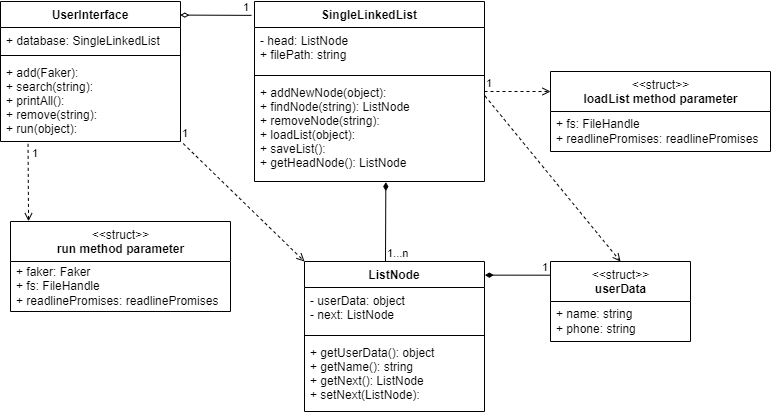
The draw.io diagram assets/step2.drawio.png in yongki150/object-oriented-phone-book, before a commit. Source tidied: cells renumbered, new cells last; positions are measured from the earlier drawing's top-left corner, leaving out a move shared by most shapes. The source it was exported from:
```xml
<mxGraphModel>
  <root>
    <mxCell id="0" />
    <mxCell id="1" parent="0" />
    <mxCell id="2" value="UserInterface" style="swimlane;fontStyle=1;align=center;verticalAlign=top;horizontal=1;startSize=26;" parent="1" vertex="1">
      <mxGeometry width="180" height="140" as="geometry" />
    </mxCell>
    <mxCell id="3" value="+ database: SingleLinkedList" style="text;strokeColor=none;fillColor=none;align=left;verticalAlign=top;spacingLeft=4;spacingRight=4;overflow=hidden;" parent="2" vertex="1">
      <mxGeometry y="26" width="180" height="24" as="geometry" />
    </mxCell>
    <mxCell id="4" style="line;strokeWidth=1;fillColor=none;align=left;verticalAlign=middle;spacingTop=-1;spacingLeft=3;spacingRight=3;labelPosition=right;strokeColor=inherit;" parent="2" vertex="1">
      <mxGeometry y="50" width="180" height="8" as="geometry" />
    </mxCell>
    <mxCell id="5" value="+ add(Faker):&#10;+ search(string):&#10;+ printAll():&#10;+ remove(string):&#10;+ run(object):" style="text;strokeColor=none;fillColor=none;align=left;verticalAlign=top;spacingLeft=4;spacingRight=4;overflow=hidden;points=[[0,0.5],[1,0.5]];portConstraint=eastwest;" parent="2" vertex="1">
      <mxGeometry y="58" width="180" height="82" as="geometry" />
    </mxCell>
    <mxCell id="6" value="SingleLinkedList" style="swimlane;fontStyle=1;align=center;verticalAlign=top;horizontal=1;startSize=26;" parent="1" vertex="1">
      <mxGeometry x="254" width="230" height="180" as="geometry" />
    </mxCell>
    <mxCell id="7" value="- head: ListNode&#10;+ filePath: string" style="text;strokeColor=none;fillColor=none;align=left;verticalAlign=top;spacingLeft=4;spacingRight=4;overflow=hidden;" parent="6" vertex="1">
      <mxGeometry y="26" width="230" height="44" as="geometry" />
    </mxCell>
    <mxCell id="8" style="line;strokeWidth=1;fillColor=none;align=left;verticalAlign=middle;spacingTop=-1;spacingLeft=3;spacingRight=3;labelPosition=right;strokeColor=inherit;" parent="6" vertex="1">
      <mxGeometry y="70" width="230" height="8" as="geometry" />
    </mxCell>
    <mxCell id="9" value="+ addNewNode(object): &#10;+ findNode(string): ListNode&#10;+ removeNode(string): &#10;+ loadList(object): &#10;+ saveList(): &#10;+ getHeadNode(): ListNode" style="text;strokeColor=none;fillColor=none;align=left;verticalAlign=top;spacingLeft=4;spacingRight=4;overflow=hidden;points=[[0,0.5],[1,0.5]];portConstraint=eastwest;" parent="6" vertex="1">
      <mxGeometry y="78" width="230" height="102" as="geometry" />
    </mxCell>
    <mxCell id="10" style="endArrow=diamondThin;endFill=0;html=1;align=left;verticalAlign=top;entryX=0.999;entryY=0.097;entryDx=0;entryDy=0;exitX=-0.013;exitY=0.077;exitDx=0;exitDy=0;entryPerimeter=0;exitPerimeter=0;" parent="1" edge="1" source="6" target="2">
      <mxGeometry x="-1" relative="1" as="geometry" />
    </mxCell>
    <mxCell id="11" value="1" style="edgeLabel;html=1;align=left;verticalAlign=bottom;" parent="10" vertex="1">
      <mxGeometry x="-1" relative="1" as="geometry">
        <mxPoint x="-10" as="offset" />
      </mxGeometry>
    </mxCell>
    <mxCell id="12" style="endArrow=diamondThin;endFill=1;html=1;align=left;verticalAlign=top;entryX=0.571;entryY=1.006;entryDx=0;entryDy=0;exitX=0.5;exitY=0;exitDx=0;exitDy=0;entryPerimeter=0;" parent="1" edge="1" target="9">
      <mxGeometry x="-1" relative="1" as="geometry">
        <mxPoint x="385" y="260" as="sourcePoint" />
      </mxGeometry>
    </mxCell>
    <mxCell id="13" value="1...n" style="edgeLabel;html=1;align=left;verticalAlign=bottom;" parent="12" vertex="1">
      <mxGeometry x="-1" relative="1" as="geometry" />
    </mxCell>
    <mxCell id="14" value="ListNode" style="swimlane;fontStyle=1;align=center;verticalAlign=top;horizontal=1;startSize=26;" parent="1" vertex="1">
      <mxGeometry x="304" y="260" width="180" height="150" as="geometry" />
    </mxCell>
    <mxCell id="15" value="- userData: object&#10;- next: ListNode" style="text;strokeColor=none;fillColor=none;align=left;verticalAlign=top;spacingLeft=4;spacingRight=4;overflow=hidden;points=[[0,0.5],[1,0.5]];portConstraint=eastwest;" parent="14" vertex="1">
      <mxGeometry y="26" width="180" height="44" as="geometry" />
    </mxCell>
    <mxCell id="16" style="line;strokeWidth=1;fillColor=none;align=left;verticalAlign=middle;spacingTop=-1;spacingLeft=3;spacingRight=3;labelPosition=right;strokeColor=inherit;" parent="14" vertex="1">
      <mxGeometry y="70" width="180" height="8" as="geometry" />
    </mxCell>
    <mxCell id="17" value="+ getUserData(): object&#10;+ getName(): string&#10;+ getNext(): ListNode&#10;+ setNext(ListNode): " style="text;strokeColor=none;fillColor=none;align=left;verticalAlign=top;spacingLeft=4;spacingRight=4;overflow=hidden;" parent="14" vertex="1">
      <mxGeometry y="78" width="180" height="72" as="geometry" />
    </mxCell>
    <mxCell id="18" value="&amp;lt;&amp;lt;struct&amp;gt;&amp;gt;&lt;br&gt;&lt;b&gt;userData&lt;/b&gt;" style="swimlane;fontStyle=0;align=center;verticalAlign=top;horizontal=1;startSize=40;html=1;" parent="1" vertex="1">
      <mxGeometry x="550" y="260" width="140" height="80" as="geometry" />
    </mxCell>
    <mxCell id="19" value="+ name: string&lt;br&gt;+ phone: string" style="text;html=1;strokeColor=none;fillColor=none;align=left;verticalAlign=middle;spacingLeft=4;spacingRight=4;overflow=hidden;" parent="18" vertex="1">
      <mxGeometry y="40" width="140" height="40" as="geometry" />
    </mxCell>
    <mxCell id="20" style="endArrow=diamondThin;endFill=1;html=1;align=left;verticalAlign=top;exitX=-0.003;exitY=0.171;exitDx=0;exitDy=0;exitPerimeter=0;entryX=1.002;entryY=0.091;entryDx=0;entryDy=0;entryPerimeter=0;" parent="1" edge="1" source="18" target="14">
      <mxGeometry x="-1" relative="1" as="geometry" />
    </mxCell>
    <mxCell id="21" value="1" style="edgeLabel;html=1;align=left;verticalAlign=bottom;" parent="20" vertex="1">
      <mxGeometry x="-1" relative="1" as="geometry">
        <mxPoint x="-10" as="offset" />
      </mxGeometry>
    </mxCell>
    <mxCell id="22" value="&amp;lt;&amp;lt;struct&amp;gt;&amp;gt;&lt;br&gt;&lt;b&gt;run method parameter&lt;/b&gt;" style="swimlane;fontStyle=0;align=center;verticalAlign=top;horizontal=1;startSize=40;html=1;" parent="1" vertex="1">
      <mxGeometry x="10" y="220" width="220" height="90" as="geometry" />
    </mxCell>
    <mxCell id="23" value="+ faker: Faker&lt;br&gt;+ fs: FileHandle&lt;br&gt;+ readlinePromises: readlinePromises" style="text;html=1;strokeColor=none;fillColor=none;align=left;verticalAlign=middle;spacingLeft=4;spacingRight=4;overflow=hidden;" parent="22" vertex="1">
      <mxGeometry y="40" width="220" height="50" as="geometry" />
    </mxCell>
    <mxCell id="24" style="endArrow=open;endFill=0;html=1;align=left;verticalAlign=top;entryX=0;entryY=0;entryDx=0;entryDy=0;exitX=1.015;exitY=1.025;exitDx=0;exitDy=0;exitPerimeter=0;dashed=1;" parent="1" edge="1" source="5" target="14">
      <mxGeometry x="-1" relative="1" as="geometry" />
    </mxCell>
    <mxCell id="25" value="1" style="edgeLabel;html=1;align=left;verticalAlign=bottom;" parent="24" vertex="1">
      <mxGeometry x="-1" relative="1" as="geometry">
        <mxPoint x="-3" y="-2" as="offset" />
      </mxGeometry>
    </mxCell>
    <mxCell id="26" value="&amp;lt;&amp;lt;struct&amp;gt;&amp;gt;&lt;br&gt;&lt;b&gt;loadList method parameter&lt;/b&gt;" style="swimlane;fontStyle=0;align=center;verticalAlign=top;horizontal=1;startSize=40;html=1;" parent="1" vertex="1">
      <mxGeometry x="550" y="70" width="220" height="80" as="geometry" />
    </mxCell>
    <mxCell id="27" value="+ fs: FileHandle&lt;br&gt;+ readlinePromises: readlinePromises" style="text;html=1;strokeColor=none;fillColor=none;align=left;verticalAlign=middle;spacingLeft=4;spacingRight=4;overflow=hidden;" parent="26" vertex="1">
      <mxGeometry y="40" width="220" height="40" as="geometry" />
    </mxCell>
    <mxCell id="28" style="endArrow=open;endFill=0;html=1;align=left;verticalAlign=top;dashed=1;entryX=1;entryY=0.5;entryDx=0;entryDy=0;exitX=1;exitY=0.5;exitDx=0;exitDy=0;" parent="1" edge="1" source="6">
      <mxGeometry x="-1" relative="1" as="geometry">
        <mxPoint x="550" y="90" as="targetPoint" />
      </mxGeometry>
    </mxCell>
    <mxCell id="29" value="1" style="edgeLabel;html=1;align=left;verticalAlign=bottom;" parent="28" vertex="1">
      <mxGeometry x="-1" relative="1" as="geometry" />
    </mxCell>
    <mxCell id="30" style="endArrow=open;endFill=0;html=1;align=left;verticalAlign=top;entryX=0.082;entryY=-0.003;entryDx=0;entryDy=0;entryPerimeter=0;exitX=0.153;exitY=1.029;exitDx=0;exitDy=0;exitPerimeter=0;dashed=1;" parent="1" edge="1" source="5" target="22">
      <mxGeometry x="-1" relative="1" as="geometry" />
    </mxCell>
    <mxCell id="31" value="1" style="edgeLabel;html=1;align=left;verticalAlign=bottom;" parent="30" vertex="1">
      <mxGeometry x="-1" relative="1" as="geometry">
        <mxPoint x="2" y="18" as="offset" />
      </mxGeometry>
    </mxCell>
    <mxCell id="32" style="endArrow=open;endFill=0;html=1;align=left;verticalAlign=top;exitX=1.002;exitY=0.161;exitDx=0;exitDy=0;entryX=0.5;entryY=0;entryDx=0;entryDy=0;dashed=1;exitPerimeter=0;" parent="1" edge="1" source="9" target="18">
      <mxGeometry x="-1" relative="1" as="geometry" />
    </mxCell>
  </root>
</mxGraphModel>
```
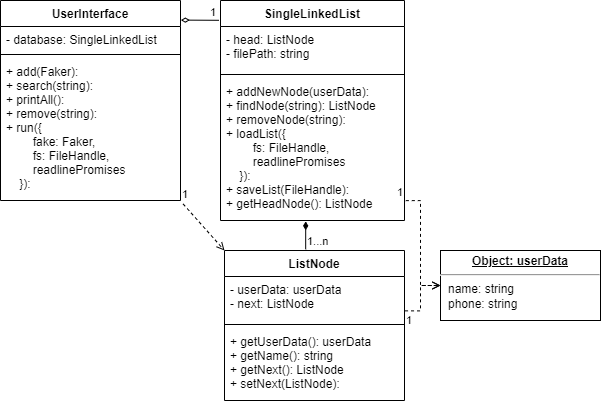
The same diagram one commit later.

Change to the diagram source:
```diff
@@ -3,30 +3,30 @@
     <mxCell id="0" />
     <mxCell id="1" parent="0" />
     <mxCell id="2" value="UserInterface" style="swimlane;fontStyle=1;align=center;verticalAlign=top;horizontal=1;startSize=26;" parent="1" vertex="1">
-      <mxGeometry width="180" height="140" as="geometry" />
+      <mxGeometry x="80" width="180" height="200" as="geometry" />
     </mxCell>
-    <mxCell id="3" value="+ database: SingleLinkedList" style="text;strokeColor=none;fillColor=none;align=left;verticalAlign=top;spacingLeft=4;spacingRight=4;overflow=hidden;" parent="2" vertex="1">
+    <mxCell id="3" value="- database: SingleLinkedList" style="text;strokeColor=none;fillColor=none;align=left;verticalAlign=top;spacingLeft=4;spacingRight=4;overflow=hidden;" parent="2" vertex="1">
       <mxGeometry y="26" width="180" height="24" as="geometry" />
     </mxCell>
     <mxCell id="4" style="line;strokeWidth=1;fillColor=none;align=left;verticalAlign=middle;spacingTop=-1;spacingLeft=3;spacingRight=3;labelPosition=right;strokeColor=inherit;" parent="2" vertex="1">
       <mxGeometry y="50" width="180" height="8" as="geometry" />
     </mxCell>
-    <mxCell id="5" value="+ add(Faker):&#10;+ search(string):&#10;+ printAll():&#10;+ remove(string):&#10;+ run(object):" style="text;strokeColor=none;fillColor=none;align=left;verticalAlign=top;spacingLeft=4;spacingRight=4;overflow=hidden;points=[[0,0.5],[1,0.5]];portConstraint=eastwest;" parent="2" vertex="1">
-      <mxGeometry y="58" width="180" height="82" as="geometry" />
+    <mxCell id="5" value="+ add(Faker):&#10;+ search(string):&#10;+ printAll():&#10;+ remove(string):&#10;+ run({&#10;        fake: Faker,&#10;        fs: FileHandle,&#10;        readlinePromises&#10;    }):" style="text;strokeColor=none;fillColor=none;align=left;verticalAlign=top;spacingLeft=4;spacingRight=4;overflow=hidden;points=[[0,0.5],[1,0.5]];portConstraint=eastwest;" parent="2" vertex="1">
+      <mxGeometry y="58" width="180" height="142" as="geometry" />
     </mxCell>
     <mxCell id="6" value="SingleLinkedList" style="swimlane;fontStyle=1;align=center;verticalAlign=top;horizontal=1;startSize=26;" parent="1" vertex="1">
-      <mxGeometry x="254" width="230" height="180" as="geometry" />
+      <mxGeometry x="300" width="184" height="220" as="geometry" />
     </mxCell>
-    <mxCell id="7" value="- head: ListNode&#10;+ filePath: string" style="text;strokeColor=none;fillColor=none;align=left;verticalAlign=top;spacingLeft=4;spacingRight=4;overflow=hidden;" parent="6" vertex="1">
-      <mxGeometry y="26" width="230" height="44" as="geometry" />
+    <mxCell id="7" value="- head: ListNode&#10;- filePath: string" style="text;strokeColor=none;fillColor=none;align=left;verticalAlign=top;spacingLeft=4;spacingRight=4;overflow=hidden;" parent="6" vertex="1">
+      <mxGeometry y="26" width="184" height="44" as="geometry" />
     </mxCell>
     <mxCell id="8" style="line;strokeWidth=1;fillColor=none;align=left;verticalAlign=middle;spacingTop=-1;spacingLeft=3;spacingRight=3;labelPosition=right;strokeColor=inherit;" parent="6" vertex="1">
-      <mxGeometry y="70" width="230" height="8" as="geometry" />
+      <mxGeometry y="70" width="184" height="8" as="geometry" />
     </mxCell>
-    <mxCell id="9" value="+ addNewNode(object): &#10;+ findNode(string): ListNode&#10;+ removeNode(string): &#10;+ loadList(object): &#10;+ saveList(): &#10;+ getHeadNode(): ListNode" style="text;strokeColor=none;fillColor=none;align=left;verticalAlign=top;spacingLeft=4;spacingRight=4;overflow=hidden;points=[[0,0.5],[1,0.5]];portConstraint=eastwest;" parent="6" vertex="1">
-      <mxGeometry y="78" width="230" height="102" as="geometry" />
+    <mxCell id="9" value="+ addNewNode(userData): &#10;+ findNode(string): ListNode&#10;+ removeNode(string): &#10;+ loadList({&#10;        fs: FileHandle,&#10;        readlinePromises&#10;    }): &#10;+ saveList(FileHandle): &#10;+ getHeadNode(): ListNode" style="text;strokeColor=none;fillColor=none;align=left;verticalAlign=top;spacingLeft=4;spacingRight=4;overflow=hidden;points=[[0,0.5],[1,0.5]];portConstraint=eastwest;" parent="6" vertex="1">
+      <mxGeometry y="78" width="184" height="142" as="geometry" />
     </mxCell>
-    <mxCell id="10" style="endArrow=diamondThin;endFill=0;html=1;align=left;verticalAlign=top;entryX=0.999;entryY=0.097;entryDx=0;entryDy=0;exitX=-0.013;exitY=0.077;exitDx=0;exitDy=0;entryPerimeter=0;exitPerimeter=0;" parent="1" edge="1" source="6" target="2">
+    <mxCell id="10" style="endArrow=diamondThin;endFill=0;html=1;align=left;verticalAlign=top;exitX=-0.009;exitY=0.09;exitDx=0;exitDy=0;exitPerimeter=0;entryX=1.002;entryY=0.098;entryDx=0;entryDy=0;entryPerimeter=0;" parent="1" edge="1" source="6" target="2">
       <mxGeometry x="-1" relative="1" as="geometry" />
     </mxCell>
     <mxCell id="11" value="1" style="edgeLabel;html=1;align=left;verticalAlign=bottom;" parent="10" vertex="1">
@@ -34,46 +34,24 @@
         <mxPoint x="-10" as="offset" />
       </mxGeometry>
     </mxCell>
-    <mxCell id="12" style="endArrow=diamondThin;endFill=1;html=1;align=left;verticalAlign=top;entryX=0.571;entryY=1.006;entryDx=0;entryDy=0;exitX=0.5;exitY=0;exitDx=0;exitDy=0;entryPerimeter=0;" parent="1" edge="1" target="9">
-      <mxGeometry x="-1" relative="1" as="geometry">
-        <mxPoint x="385" y="260" as="sourcePoint" />
-      </mxGeometry>
+    <mxCell id="12" style="endArrow=diamondThin;endFill=1;html=1;align=left;verticalAlign=top;entryX=0.463;entryY=1.006;entryDx=0;entryDy=0;exitX=0.451;exitY=-0.008;exitDx=0;exitDy=0;entryPerimeter=0;exitPerimeter=0;" parent="1" edge="1" source="14" target="9">
+      <mxGeometry x="-1" relative="1" as="geometry" />
     </mxCell>
     <mxCell id="13" value="1...n" style="edgeLabel;html=1;align=left;verticalAlign=bottom;" parent="12" vertex="1">
       <mxGeometry x="-1" relative="1" as="geometry" />
     </mxCell>
     <mxCell id="14" value="ListNode" style="swimlane;fontStyle=1;align=center;verticalAlign=top;horizontal=1;startSize=26;" parent="1" vertex="1">
-      <mxGeometry x="304" y="260" width="180" height="150" as="geometry" />
+      <mxGeometry x="304" y="250" width="180" height="150" as="geometry" />
     </mxCell>
-    <mxCell id="15" value="- userData: object&#10;- next: ListNode" style="text;strokeColor=none;fillColor=none;align=left;verticalAlign=top;spacingLeft=4;spacingRight=4;overflow=hidden;points=[[0,0.5],[1,0.5]];portConstraint=eastwest;" parent="14" vertex="1">
+    <mxCell id="15" value="- userData: userData&#10;- next: ListNode" style="text;strokeColor=none;fillColor=none;align=left;verticalAlign=top;spacingLeft=4;spacingRight=4;overflow=hidden;points=[[0,0.5],[1,0.5]];portConstraint=eastwest;" parent="14" vertex="1">
       <mxGeometry y="26" width="180" height="44" as="geometry" />
     </mxCell>
     <mxCell id="16" style="line;strokeWidth=1;fillColor=none;align=left;verticalAlign=middle;spacingTop=-1;spacingLeft=3;spacingRight=3;labelPosition=right;strokeColor=inherit;" parent="14" vertex="1">
       <mxGeometry y="70" width="180" height="8" as="geometry" />
     </mxCell>
-    <mxCell id="17" value="+ getUserData(): object&#10;+ getName(): string&#10;+ getNext(): ListNode&#10;+ setNext(ListNode): " style="text;strokeColor=none;fillColor=none;align=left;verticalAlign=top;spacingLeft=4;spacingRight=4;overflow=hidden;" parent="14" vertex="1">
+    <mxCell id="17" value="+ getUserData(): userData&#10;+ getName(): string&#10;+ getNext(): ListNode&#10;+ setNext(ListNode): " style="text;strokeColor=none;fillColor=none;align=left;verticalAlign=top;spacingLeft=4;spacingRight=4;overflow=hidden;" parent="14" vertex="1">
       <mxGeometry y="78" width="180" height="72" as="geometry" />
     </mxCell>
-    <mxCell id="18" value="&amp;lt;&amp;lt;struct&amp;gt;&amp;gt;&lt;br&gt;&lt;b&gt;userData&lt;/b&gt;" style="swimlane;fontStyle=0;align=center;verticalAlign=top;horizontal=1;startSize=40;html=1;" parent="1" vertex="1">
-      <mxGeometry x="550" y="260" width="140" height="80" as="geometry" />
-    </mxCell>
-    <mxCell id="19" value="+ name: string&lt;br&gt;+ phone: string" style="text;html=1;strokeColor=none;fillColor=none;align=left;verticalAlign=middle;spacingLeft=4;spacingRight=4;overflow=hidden;" parent="18" vertex="1">
-      <mxGeometry y="40" width="140" height="40" as="geometry" />
-    </mxCell>
-    <mxCell id="20" style="endArrow=diamondThin;endFill=1;html=1;align=left;verticalAlign=top;exitX=-0.003;exitY=0.171;exitDx=0;exitDy=0;exitPerimeter=0;entryX=1.002;entryY=0.091;entryDx=0;entryDy=0;entryPerimeter=0;" parent="1" edge="1" source="18" target="14">
-      <mxGeometry x="-1" relative="1" as="geometry" />
-    </mxCell>
-    <mxCell id="21" value="1" style="edgeLabel;html=1;align=left;verticalAlign=bottom;" parent="20" vertex="1">
-      <mxGeometry x="-1" relative="1" as="geometry">
-        <mxPoint x="-10" as="offset" />
-      </mxGeometry>
-    </mxCell>
-    <mxCell id="22" value="&amp;lt;&amp;lt;struct&amp;gt;&amp;gt;&lt;br&gt;&lt;b&gt;run method parameter&lt;/b&gt;" style="swimlane;fontStyle=0;align=center;verticalAlign=top;horizontal=1;startSize=40;html=1;" parent="1" vertex="1">
-      <mxGeometry x="10" y="220" width="220" height="90" as="geometry" />
-    </mxCell>
-    <mxCell id="23" value="+ faker: Faker&lt;br&gt;+ fs: FileHandle&lt;br&gt;+ readlinePromises: readlinePromises" style="text;html=1;strokeColor=none;fillColor=none;align=left;verticalAlign=middle;spacingLeft=4;spacingRight=4;overflow=hidden;" parent="22" vertex="1">
-      <mxGeometry y="40" width="220" height="50" as="geometry" />
-    </mxCell>
     <mxCell id="24" style="endArrow=open;endFill=0;html=1;align=left;verticalAlign=top;entryX=0;entryY=0;entryDx=0;entryDy=0;exitX=1.015;exitY=1.025;exitDx=0;exitDy=0;exitPerimeter=0;dashed=1;" parent="1" edge="1" source="5" target="14">
       <mxGeometry x="-1" relative="1" as="geometry" />
     </mxCell>
@@ -82,30 +60,34 @@
         <mxPoint x="-3" y="-2" as="offset" />
       </mxGeometry>
     </mxCell>
-    <mxCell id="26" value="&amp;lt;&amp;lt;struct&amp;gt;&amp;gt;&lt;br&gt;&lt;b&gt;loadList method parameter&lt;/b&gt;" style="swimlane;fontStyle=0;align=center;verticalAlign=top;horizontal=1;startSize=40;html=1;" parent="1" vertex="1">
-      <mxGeometry x="550" y="70" width="220" height="80" as="geometry" />
+    <mxCell id="26" value="&lt;p style=&quot;margin:0px;margin-top:4px;text-align:center;text-decoration:underline;&quot;&gt;&lt;b&gt;Object: userData&lt;/b&gt;&lt;/p&gt;&lt;hr&gt;&lt;p style=&quot;margin:0px;margin-left:8px;&quot;&gt;name: string&lt;br&gt;phone: string&lt;br&gt;&lt;/p&gt;" style="verticalAlign=top;align=left;overflow=fill;fontSize=12;fontFamily=Helvetica;html=1;" parent="1" vertex="1">
+      <mxGeometry x="520" y="250" width="160" height="70" as="geometry" />
     </mxCell>
-    <mxCell id="27" value="+ fs: FileHandle&lt;br&gt;+ readlinePromises: readlinePromises" style="text;html=1;strokeColor=none;fillColor=none;align=left;verticalAlign=middle;spacingLeft=4;spacingRight=4;overflow=hidden;" parent="26" vertex="1">
-      <mxGeometry y="40" width="220" height="40" as="geometry" />
+    <mxCell id="27" style="endArrow=open;endFill=0;html=1;align=left;verticalAlign=top;entryX=0;entryY=0.5;entryDx=0;entryDy=0;dashed=1;edgeStyle=orthogonalEdgeStyle;rounded=0;exitX=1.007;exitY=0.86;exitDx=0;exitDy=0;exitPerimeter=0;" parent="1" edge="1" source="9" target="26">
+      <mxGeometry x="-1" relative="1" as="geometry">
+        <Array as="points">
+          <mxPoint x="500" y="200" />
+          <mxPoint x="500" y="285" />
+        </Array>
+      </mxGeometry>
     </mxCell>
-    <mxCell id="28" style="endArrow=open;endFill=0;html=1;align=left;verticalAlign=top;dashed=1;entryX=1;entryY=0.5;entryDx=0;entryDy=0;exitX=1;exitY=0.5;exitDx=0;exitDy=0;" parent="1" edge="1" source="6">
+    <mxCell id="28" value="1" style="edgeLabel;html=1;align=left;verticalAlign=bottom;" parent="27" vertex="1">
       <mxGeometry x="-1" relative="1" as="geometry">
-        <mxPoint x="550" y="90" as="targetPoint" />
+        <mxPoint x="-10" as="offset" />
       </mxGeometry>
     </mxCell>
-    <mxCell id="29" value="1" style="edgeLabel;html=1;align=left;verticalAlign=bottom;" parent="28" vertex="1">
-      <mxGeometry x="-1" relative="1" as="geometry" />
+    <mxCell id="29" style="endArrow=open;endFill=0;html=1;align=left;verticalAlign=top;dashed=1;edgeStyle=orthogonalEdgeStyle;rounded=0;exitX=1.003;exitY=0.781;exitDx=0;exitDy=0;exitPerimeter=0;entryX=0;entryY=0.5;entryDx=0;entryDy=0;" parent="1" edge="1" source="15" target="26">
+      <mxGeometry x="-1" relative="1" as="geometry">
+        <Array as="points">
+          <mxPoint x="500" y="310" />
+          <mxPoint x="500" y="285" />
+        </Array>
+      </mxGeometry>
     </mxCell>
-    <mxCell id="30" style="endArrow=open;endFill=0;html=1;align=left;verticalAlign=top;entryX=0.082;entryY=-0.003;entryDx=0;entryDy=0;entryPerimeter=0;exitX=0.153;exitY=1.029;exitDx=0;exitDy=0;exitPerimeter=0;dashed=1;" parent="1" edge="1" source="5" target="22">
-      <mxGeometry x="-1" relative="1" as="geometry" />
-    </mxCell>
-    <mxCell id="31" value="1" style="edgeLabel;html=1;align=left;verticalAlign=bottom;" parent="30" vertex="1">
-      <mxGeometry x="-1" relative="1" as="geometry">
-        <mxPoint x="2" y="18" as="offset" />
-      </mxGeometry>
-    </mxCell>
-    <mxCell id="32" style="endArrow=open;endFill=0;html=1;align=left;verticalAlign=top;exitX=1.002;exitY=0.161;exitDx=0;exitDy=0;entryX=0.5;entryY=0;entryDx=0;entryDy=0;dashed=1;exitPerimeter=0;" parent="1" edge="1" source="9" target="18">
-      <mxGeometry x="-1" relative="1" as="geometry" />
-    </mxCell>
+    <mxCell id="33" value="1" style="edgeLabel;html=1;align=left;verticalAlign=bottom;" parent="29" vertex="1">
+      <mxGeometry x="-1" relative="1" as="geometry">
+        <mxPoint x="-1" y="18" as="offset" />
+      </mxGeometry>
+    </mxCell>
   </root>
 </mxGraphModel>
```
